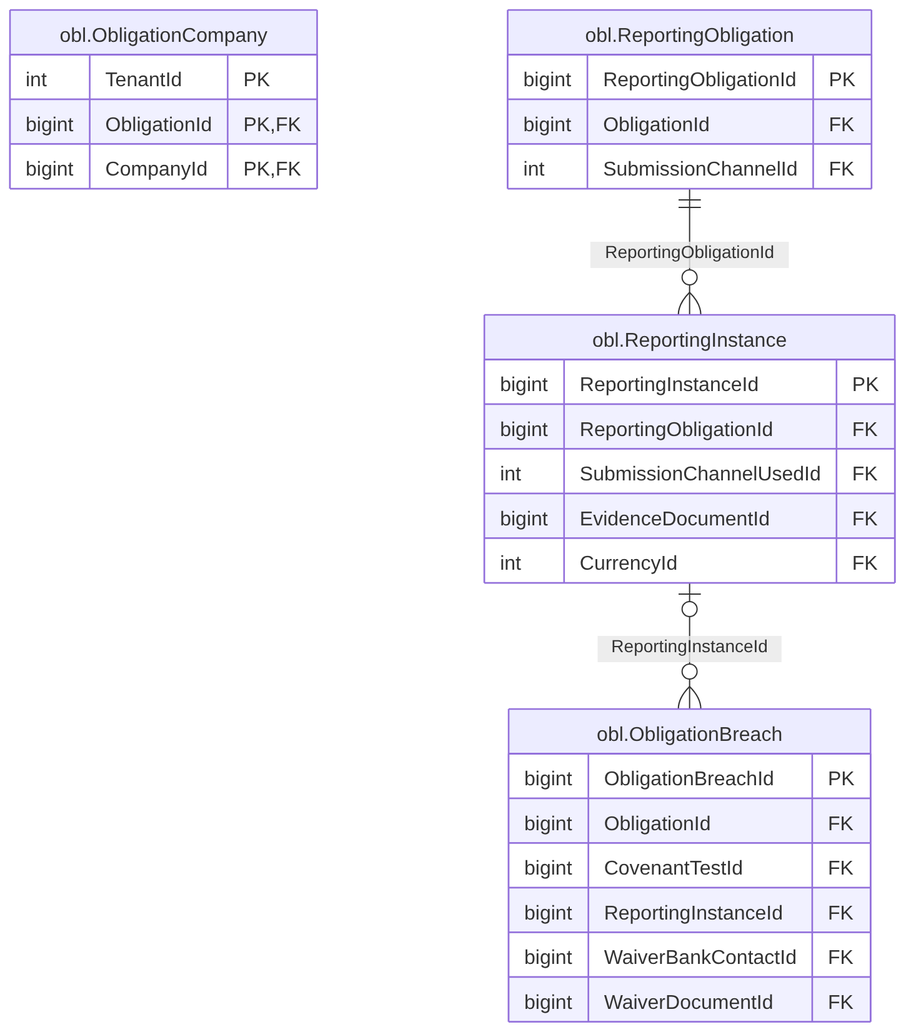
The Mermaid diagram treasury-platform/docs/diagrams/erd/m5_obligations_2.png in thawrasy/smartlines, before a commit. Its source is kept beside it as treasury-platform/docs/diagrams/erd/m5_obligations_2.mmd.
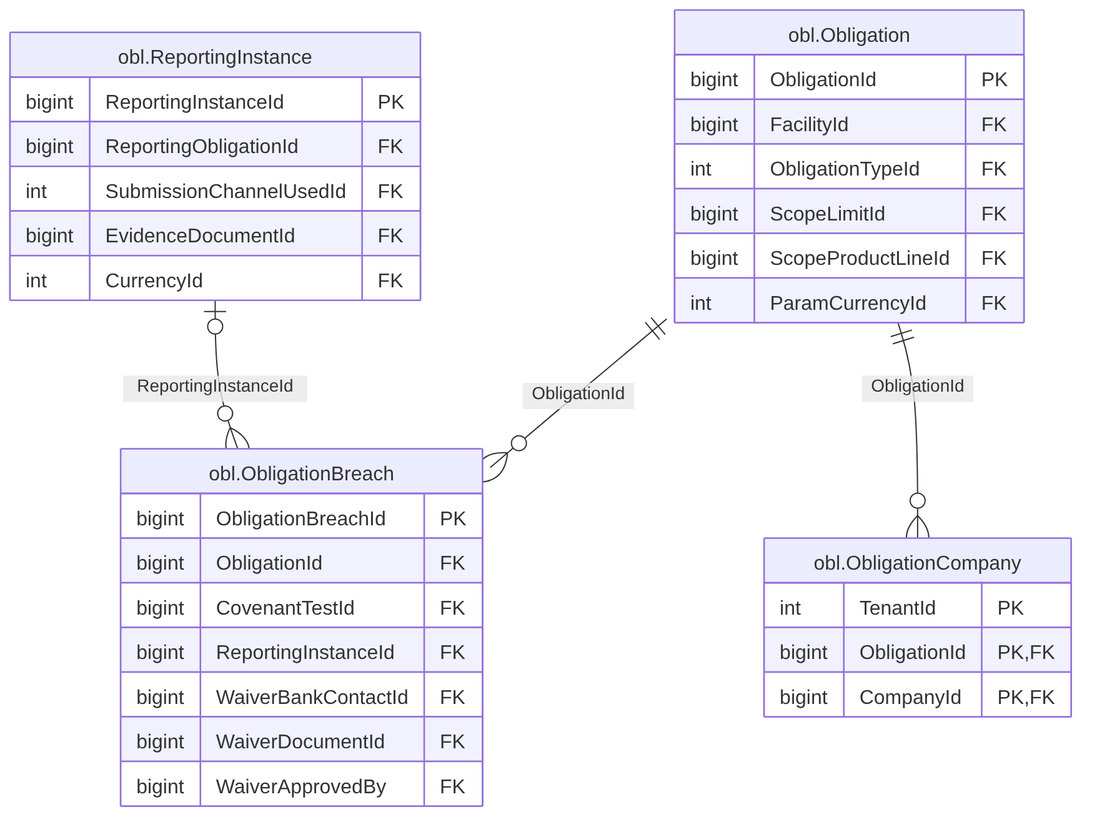
Above is the later version.

Diff of the diagram source:
```diff
@@ -1,4 +1,12 @@
 erDiagram
+  obl_Obligation["obl.Obligation"] {
+    bigint ObligationId PK
+    bigint FacilityId FK
+    int ObligationTypeId FK
+    bigint ScopeLimitId FK
+    bigint ScopeProductLineId FK
+    int ParamCurrencyId FK
+  }
   obl_ObligationBreach["obl.ObligationBreach"] {
     bigint ObligationBreachId PK
     bigint ObligationId FK
@@ -6,6 +14,7 @@
     bigint ReportingInstanceId FK
     bigint WaiverBankContactId FK
     bigint WaiverDocumentId FK
+    bigint WaiverApprovedBy FK
   }
   obl_ObligationCompany["obl.ObligationCompany"] {
     int TenantId PK
@@ -19,10 +28,6 @@
     bigint EvidenceDocumentId FK
     int CurrencyId FK
   }
-  obl_ReportingObligation["obl.ReportingObligation"] {
-    bigint ReportingObligationId PK
-    bigint ObligationId FK
-    int SubmissionChannelId FK
-  }
+  obl_Obligation ||--o{ obl_ObligationBreach : "ObligationId"
+  obl_Obligation ||--o{ obl_ObligationCompany : "ObligationId"
   obl_ReportingInstance |o--o{ obl_ObligationBreach : "ReportingInstanceId"
-  obl_ReportingObligation ||--o{ obl_ReportingInstance : "ReportingObligationId"
```
